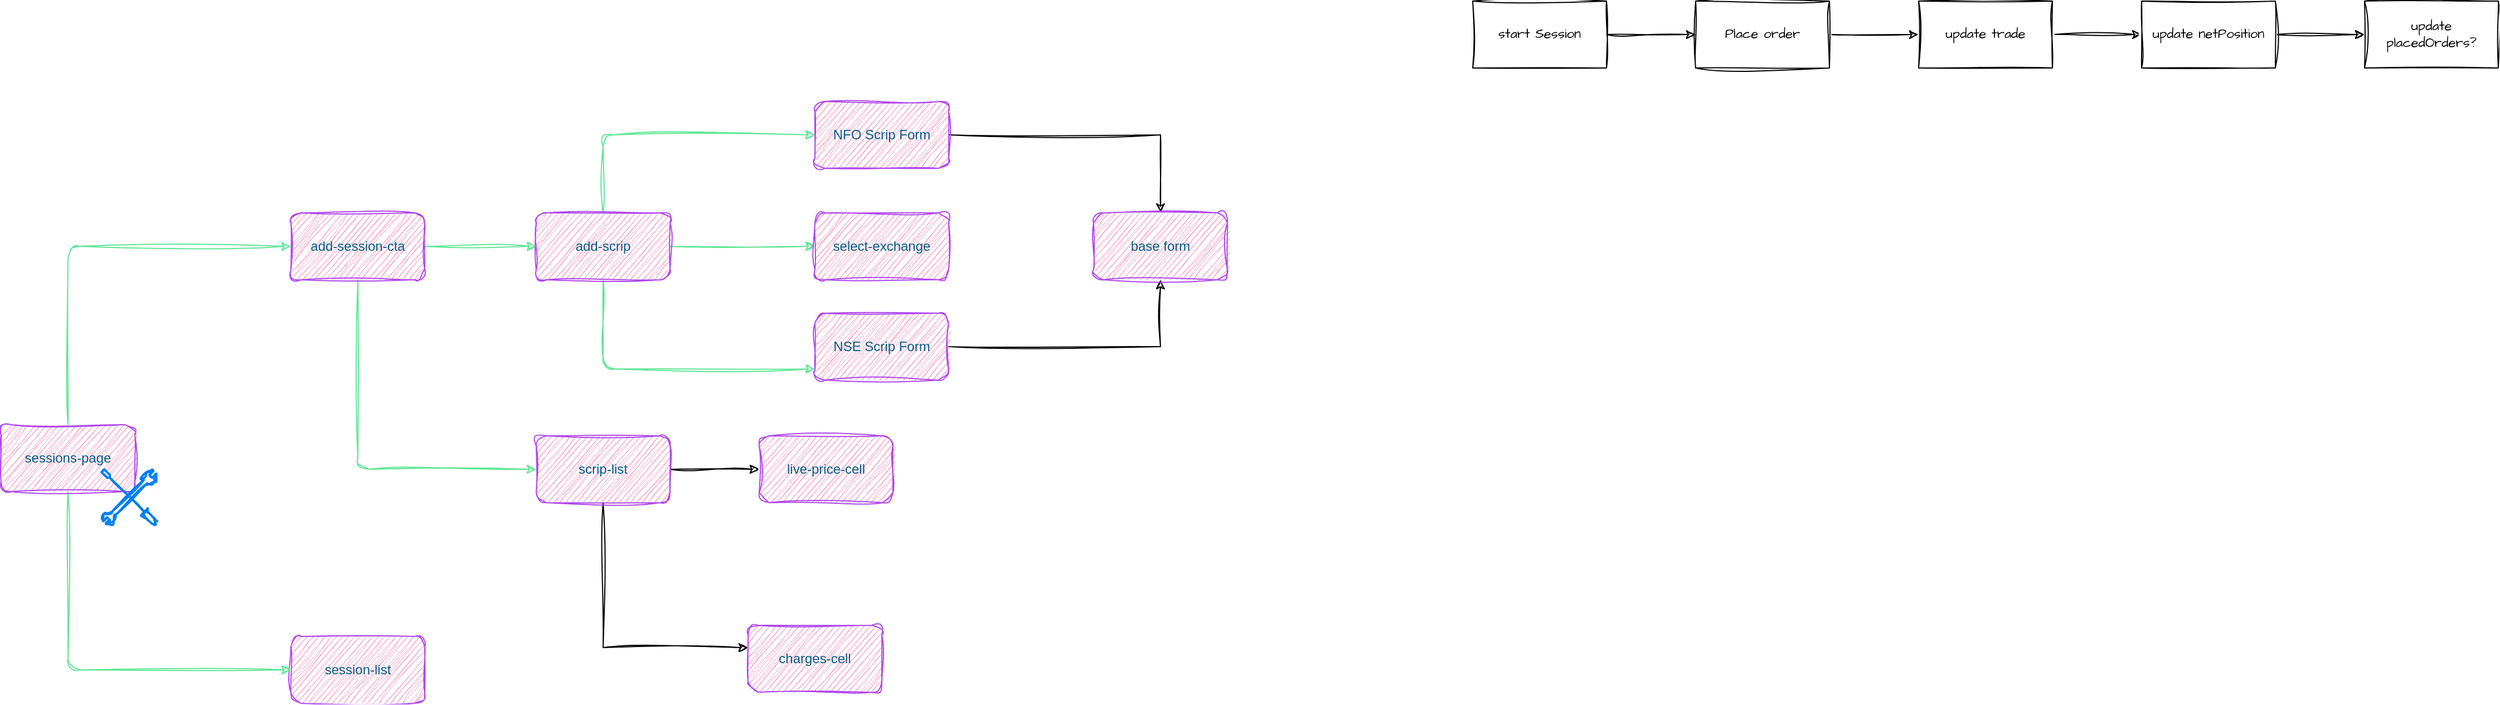
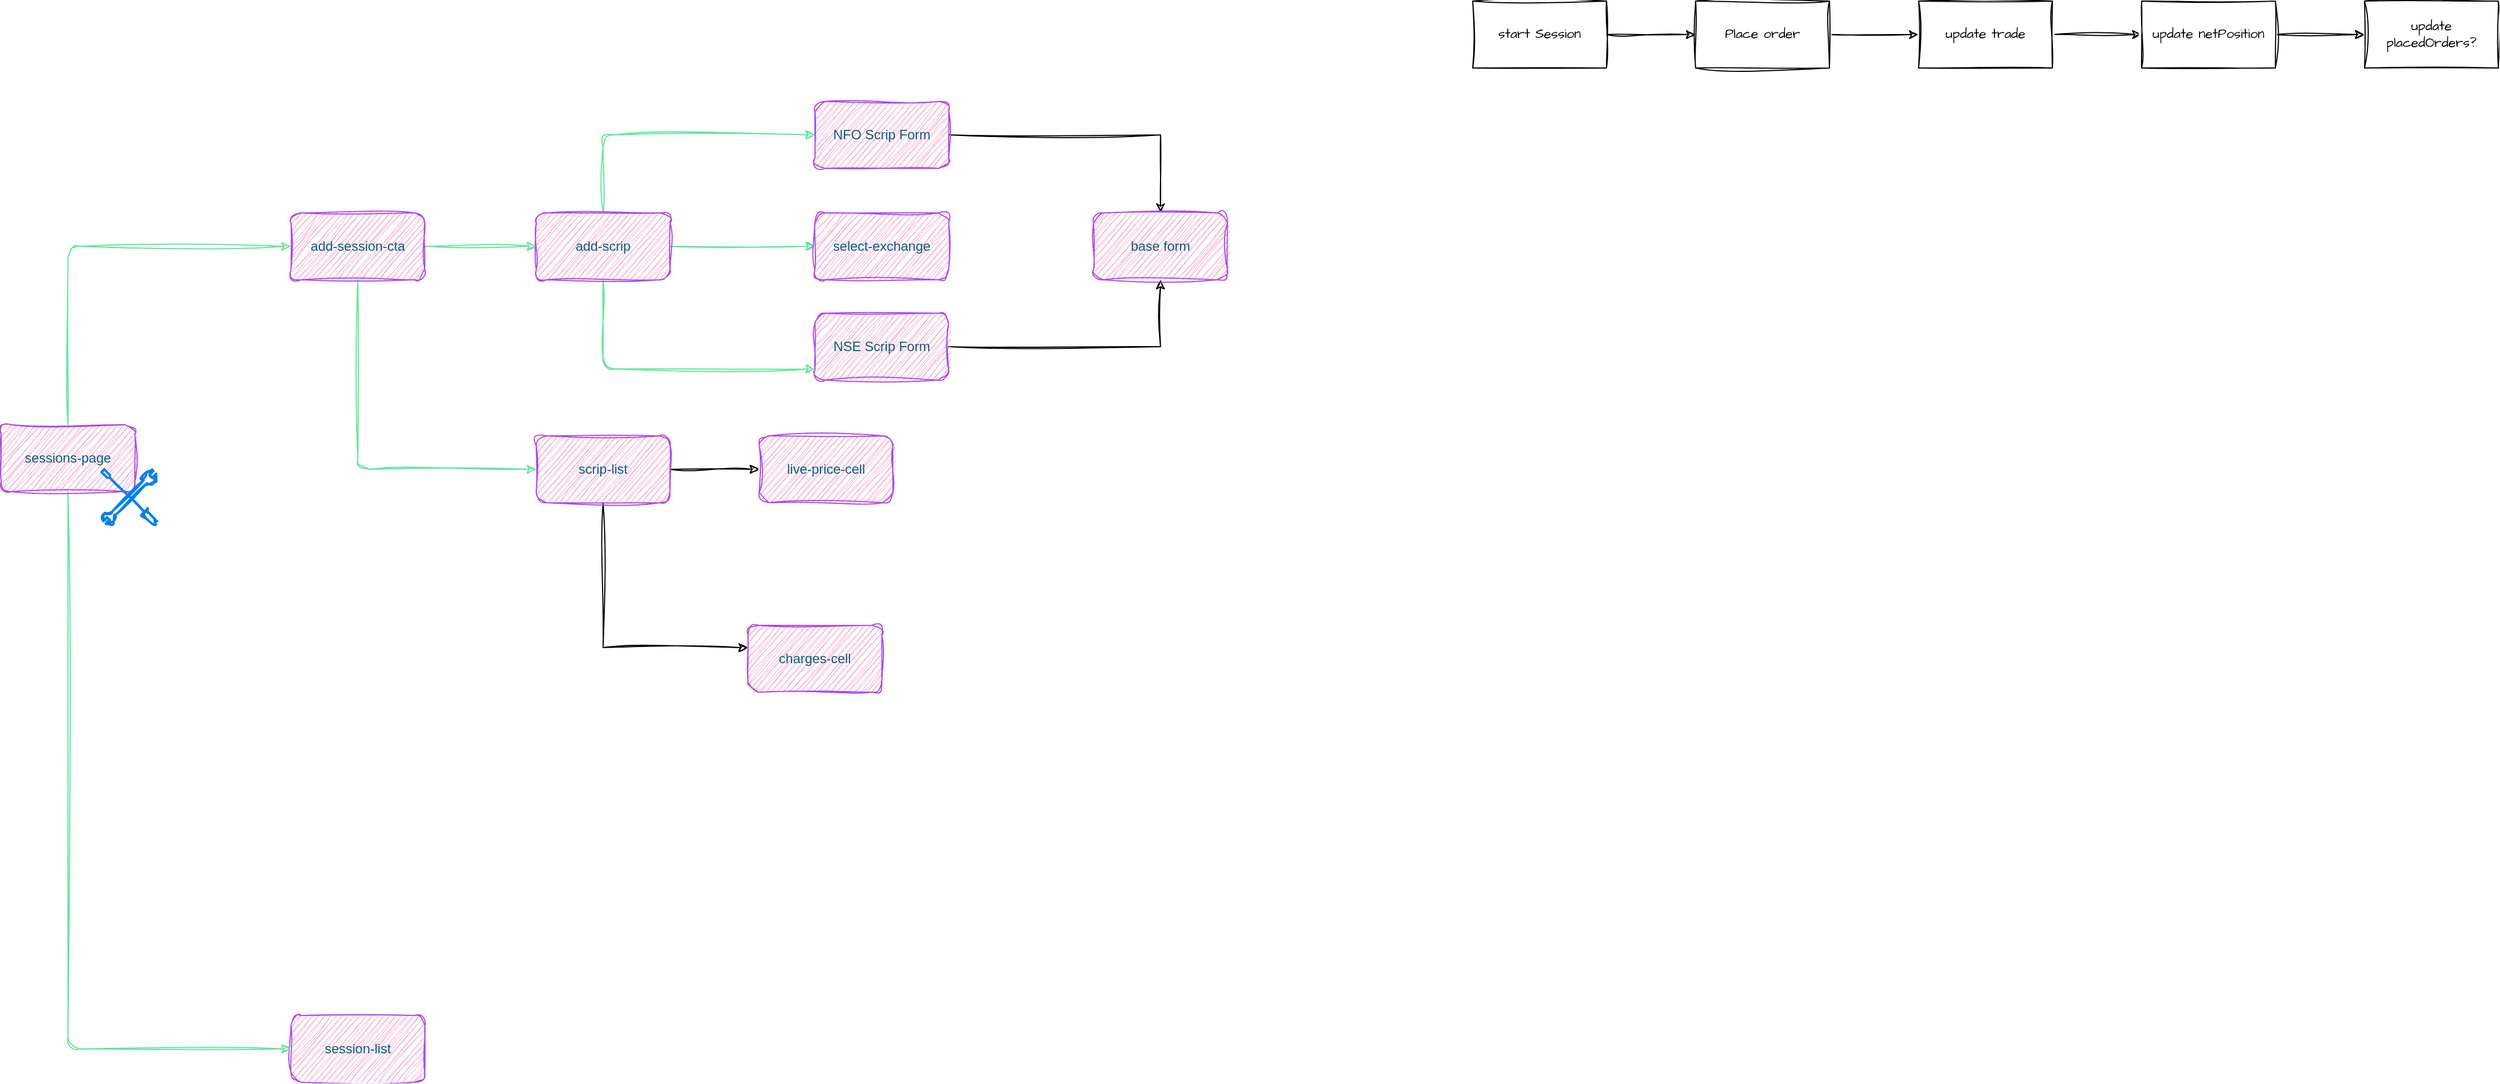
<mxfile host="app.diagrams.net" pages="5">
  <diagram id="wPQbEJP3DVO_ncDqMHqx" name="Sessions Page">
-     <mxGraphModel dx="2793" dy="1443" grid="1" gridSize="10" guides="1" tooltips="1" connect="1" arrows="1" fold="1" page="0" pageScale="1" pageWidth="402" pageHeight="874" math="0" shadow="0">
+     <mxGraphModel dx="2207" dy="1136" grid="1" gridSize="10" guides="1" tooltips="1" connect="1" arrows="1" fold="1" page="0" pageScale="1" pageWidth="402" pageHeight="874" math="0" shadow="0">
      <root>
        <mxCell id="0" />
        <mxCell id="1" parent="0" />
        <mxCell id="DB1AKVm6qyutKQlFYAWD-6" edge="1" parent="1" source="DB1AKVm6qyutKQlFYAWD-1" style="edgeStyle=orthogonalEdgeStyle;rounded=1;orthogonalLoop=1;jettySize=auto;html=1;sketch=1;curveFitting=1;jiggle=2;labelBackgroundColor=none;strokeColor=#60E696;fontColor=default;" target="DB1AKVm6qyutKQlFYAWD-5" value="">
          <mxGeometry relative="1" as="geometry" />
        </mxCell>
        <mxCell id="DB1AKVm6qyutKQlFYAWD-8" edge="1" parent="1" source="DB1AKVm6qyutKQlFYAWD-1" style="edgeStyle=orthogonalEdgeStyle;rounded=1;orthogonalLoop=1;jettySize=auto;html=1;sketch=1;curveFitting=1;jiggle=2;labelBackgroundColor=none;strokeColor=#60E696;fontColor=default;" target="DB1AKVm6qyutKQlFYAWD-7" value="">
          <mxGeometry relative="1" as="geometry">
            <Array as="points">
              <mxPoint x="120" y="270" />
            </Array>
          </mxGeometry>
        </mxCell>
        <mxCell id="DB1AKVm6qyutKQlFYAWD-10" edge="1" parent="1" source="DB1AKVm6qyutKQlFYAWD-1" style="edgeStyle=orthogonalEdgeStyle;rounded=1;orthogonalLoop=1;jettySize=auto;html=1;sketch=1;curveFitting=1;jiggle=2;labelBackgroundColor=none;strokeColor=#60E696;fontColor=default;" target="DB1AKVm6qyutKQlFYAWD-9" value="">
          <mxGeometry relative="1" as="geometry">
            <Array as="points">
              <mxPoint x="120" y="60" />
            </Array>
          </mxGeometry>
        </mxCell>
        <mxCell id="DB1AKVm6qyutKQlFYAWD-1" parent="1" style="rounded=1;whiteSpace=wrap;html=1;sketch=1;curveFitting=1;jiggle=2;labelBackgroundColor=none;fillColor=#F694C1;strokeColor=#AF45ED;fontColor=#095C86;" value="add-scrip" vertex="1">
          <mxGeometry height="60" width="120" x="60" y="130" as="geometry" />
        </mxCell>
        <mxCell id="DB1AKVm6qyutKQlFYAWD-4" edge="1" parent="1" source="DB1AKVm6qyutKQlFYAWD-3" style="edgeStyle=orthogonalEdgeStyle;rounded=1;orthogonalLoop=1;jettySize=auto;html=1;sketch=1;curveFitting=1;jiggle=2;labelBackgroundColor=none;strokeColor=#60E696;fontColor=default;" target="DB1AKVm6qyutKQlFYAWD-1" value="">
          <mxGeometry relative="1" as="geometry" />
        </mxCell>
        <mxCell id="DB1AKVm6qyutKQlFYAWD-12" edge="1" parent="1" source="DB1AKVm6qyutKQlFYAWD-3" style="edgeStyle=orthogonalEdgeStyle;rounded=1;orthogonalLoop=1;jettySize=auto;html=1;sketch=1;curveFitting=1;jiggle=2;labelBackgroundColor=none;strokeColor=#60E696;fontColor=default;" target="DB1AKVm6qyutKQlFYAWD-11" value="">
          <mxGeometry relative="1" as="geometry">
            <Array as="points">
              <mxPoint x="-100" y="360" />
            </Array>
          </mxGeometry>
        </mxCell>
        <mxCell id="DB1AKVm6qyutKQlFYAWD-3" parent="1" style="rounded=1;whiteSpace=wrap;html=1;sketch=1;curveFitting=1;jiggle=2;labelBackgroundColor=none;fillColor=#F694C1;strokeColor=#AF45ED;fontColor=#095C86;" value="add-session-cta" vertex="1">
          <mxGeometry height="60" width="120" x="-160" y="130" as="geometry" />
        </mxCell>
        <mxCell id="DB1AKVm6qyutKQlFYAWD-5" parent="1" style="whiteSpace=wrap;html=1;rounded=1;sketch=1;curveFitting=1;jiggle=2;labelBackgroundColor=none;fillColor=#F694C1;strokeColor=#AF45ED;fontColor=#095C86;" value="select-exchange" vertex="1">
          <mxGeometry height="60" width="120" x="310" y="130" as="geometry" />
        </mxCell>
        <mxCell id="ouMAoqMrmdJ_XqpmxOQB-3" edge="1" parent="1" source="DB1AKVm6qyutKQlFYAWD-7" style="edgeStyle=orthogonalEdgeStyle;rounded=0;sketch=1;hachureGap=4;jiggle=2;curveFitting=1;orthogonalLoop=1;jettySize=auto;html=1;fontFamily=Architects Daughter;fontSource=https%3A%2F%2Ffonts.googleapis.com%2Fcss%3Ffamily%3DArchitects%2BDaughter;" target="ouMAoqMrmdJ_XqpmxOQB-1">
          <mxGeometry relative="1" as="geometry" />
        </mxCell>
        <mxCell id="DB1AKVm6qyutKQlFYAWD-7" parent="1" style="whiteSpace=wrap;html=1;rounded=1;sketch=1;curveFitting=1;jiggle=2;labelBackgroundColor=none;fillColor=#F694C1;strokeColor=#AF45ED;fontColor=#095C86;" value="NSE Scrip Form" vertex="1">
          <mxGeometry height="60" width="120" x="310" y="220" as="geometry" />
        </mxCell>
        <mxCell id="ouMAoqMrmdJ_XqpmxOQB-2" edge="1" parent="1" source="DB1AKVm6qyutKQlFYAWD-9" style="edgeStyle=orthogonalEdgeStyle;rounded=0;sketch=1;hachureGap=4;jiggle=2;curveFitting=1;orthogonalLoop=1;jettySize=auto;html=1;fontFamily=Architects Daughter;fontSource=https%3A%2F%2Ffonts.googleapis.com%2Fcss%3Ffamily%3DArchitects%2BDaughter;" target="ouMAoqMrmdJ_XqpmxOQB-1" value="">
          <mxGeometry relative="1" as="geometry" />
        </mxCell>
        <mxCell id="DB1AKVm6qyutKQlFYAWD-9" parent="1" style="whiteSpace=wrap;html=1;rounded=1;sketch=1;curveFitting=1;jiggle=2;labelBackgroundColor=none;fillColor=#F694C1;strokeColor=#AF45ED;fontColor=#095C86;" value="NFO Scrip Form" vertex="1">
          <mxGeometry height="60" width="120" x="310" y="30" as="geometry" />
        </mxCell>
        <mxCell id="ouMAoqMrmdJ_XqpmxOQB-15" edge="1" parent="1" source="DB1AKVm6qyutKQlFYAWD-11" style="edgeStyle=orthogonalEdgeStyle;rounded=0;sketch=1;hachureGap=4;jiggle=2;curveFitting=1;orthogonalLoop=1;jettySize=auto;html=1;fontFamily=Architects Daughter;fontSource=https%3A%2F%2Ffonts.googleapis.com%2Fcss%3Ffamily%3DArchitects%2BDaughter;" target="ouMAoqMrmdJ_XqpmxOQB-14" value="">
          <mxGeometry relative="1" as="geometry" />
        </mxCell>
        <mxCell id="ouMAoqMrmdJ_XqpmxOQB-17" edge="1" parent="1" source="DB1AKVm6qyutKQlFYAWD-11" style="edgeStyle=orthogonalEdgeStyle;rounded=0;sketch=1;hachureGap=4;jiggle=2;curveFitting=1;orthogonalLoop=1;jettySize=auto;html=1;fontFamily=Architects Daughter;fontSource=https%3A%2F%2Ffonts.googleapis.com%2Fcss%3Ffamily%3DArchitects%2BDaughter;" target="ouMAoqMrmdJ_XqpmxOQB-16" value="">
          <mxGeometry relative="1" as="geometry">
            <Array as="points">
              <mxPoint x="120" y="520" />
            </Array>
          </mxGeometry>
        </mxCell>
        <mxCell id="DB1AKVm6qyutKQlFYAWD-11" parent="1" style="whiteSpace=wrap;html=1;rounded=1;sketch=1;curveFitting=1;jiggle=2;labelBackgroundColor=none;fillColor=#F694C1;strokeColor=#AF45ED;fontColor=#095C86;" value="scrip-list" vertex="1">
          <mxGeometry height="60" width="120" x="60" y="330" as="geometry" />
        </mxCell>
        <mxCell id="DB1AKVm6qyutKQlFYAWD-13" parent="1" style="rounded=1;whiteSpace=wrap;html=1;sketch=1;curveFitting=1;jiggle=2;labelBackgroundColor=none;fillColor=#F694C1;strokeColor=#AF45ED;fontColor=#095C86;" value="session-list" vertex="1">
-           <mxGeometry height="60" width="120" x="-160" y="510" as="geometry" />
+           <mxGeometry height="60" width="120" x="-160" y="850" as="geometry" />
        </mxCell>
        <mxCell id="DB1AKVm6qyutKQlFYAWD-15" edge="1" parent="1" source="DB1AKVm6qyutKQlFYAWD-14" style="edgeStyle=orthogonalEdgeStyle;rounded=1;sketch=1;hachureGap=4;jiggle=2;curveFitting=1;orthogonalLoop=1;jettySize=auto;html=1;entryX=0;entryY=0.5;entryDx=0;entryDy=0;strokeColor=#60E696;fontFamily=Architects Daughter;fontSource=https%3A%2F%2Ffonts.googleapis.com%2Fcss%3Ffamily%3DArchitects%2BDaughter;fontColor=#095C86;fillColor=#F694C1;" target="DB1AKVm6qyutKQlFYAWD-3">
          <mxGeometry relative="1" as="geometry">
            <Array as="points">
              <mxPoint x="-360" y="160" />
            </Array>
          </mxGeometry>
        </mxCell>
        <mxCell id="DB1AKVm6qyutKQlFYAWD-18" edge="1" parent="1" source="DB1AKVm6qyutKQlFYAWD-14" style="edgeStyle=orthogonalEdgeStyle;rounded=1;sketch=1;hachureGap=4;jiggle=2;curveFitting=1;orthogonalLoop=1;jettySize=auto;html=1;entryX=0;entryY=0.5;entryDx=0;entryDy=0;strokeColor=#60E696;fontFamily=Architects Daughter;fontSource=https%3A%2F%2Ffonts.googleapis.com%2Fcss%3Ffamily%3DArchitects%2BDaughter;fontColor=#095C86;fillColor=#F694C1;" target="DB1AKVm6qyutKQlFYAWD-13">
          <mxGeometry relative="1" as="geometry">
            <Array as="points">
-               <mxPoint x="-360" y="540" />
+               <mxPoint x="-360" y="880" />
            </Array>
          </mxGeometry>
        </mxCell>
        <mxCell id="DB1AKVm6qyutKQlFYAWD-14" parent="1" style="rounded=1;whiteSpace=wrap;html=1;sketch=1;curveFitting=1;jiggle=2;labelBackgroundColor=none;fillColor=#F694C1;strokeColor=#AF45ED;fontColor=#095C86;" value="sessions-page" vertex="1">
          <mxGeometry height="60" width="120" x="-420" y="320" as="geometry" />
        </mxCell>
        <mxCell id="ouMAoqMrmdJ_XqpmxOQB-1" parent="1" style="whiteSpace=wrap;html=1;fillColor=#F694C1;strokeColor=#AF45ED;fontColor=#095C86;rounded=1;sketch=1;curveFitting=1;jiggle=2;labelBackgroundColor=none;" value="base form" vertex="1">
          <mxGeometry height="60" width="120" x="560" y="130" as="geometry" />
        </mxCell>
        <mxCell id="ouMAoqMrmdJ_XqpmxOQB-6" edge="1" parent="1" source="ouMAoqMrmdJ_XqpmxOQB-4" style="edgeStyle=orthogonalEdgeStyle;rounded=0;sketch=1;hachureGap=4;jiggle=2;curveFitting=1;orthogonalLoop=1;jettySize=auto;html=1;fontFamily=Architects Daughter;fontSource=https%3A%2F%2Ffonts.googleapis.com%2Fcss%3Ffamily%3DArchitects%2BDaughter;" target="ouMAoqMrmdJ_XqpmxOQB-5" value="">
          <mxGeometry relative="1" as="geometry" />
        </mxCell>
        <mxCell id="ouMAoqMrmdJ_XqpmxOQB-4" parent="1" style="whiteSpace=wrap;html=1;sketch=1;hachureGap=4;jiggle=2;curveFitting=1;fontFamily=Architects Daughter;fontSource=https%3A%2F%2Ffonts.googleapis.com%2Fcss%3Ffamily%3DArchitects%2BDaughter;" value="start Session" vertex="1">
          <mxGeometry height="60" width="120" x="900" y="-60" as="geometry" />
        </mxCell>
        <mxCell id="ouMAoqMrmdJ_XqpmxOQB-8" edge="1" parent="1" source="ouMAoqMrmdJ_XqpmxOQB-5" style="edgeStyle=orthogonalEdgeStyle;rounded=0;sketch=1;hachureGap=4;jiggle=2;curveFitting=1;orthogonalLoop=1;jettySize=auto;html=1;fontFamily=Architects Daughter;fontSource=https%3A%2F%2Ffonts.googleapis.com%2Fcss%3Ffamily%3DArchitects%2BDaughter;" target="ouMAoqMrmdJ_XqpmxOQB-7" value="">
          <mxGeometry relative="1" as="geometry" />
        </mxCell>
        <mxCell id="ouMAoqMrmdJ_XqpmxOQB-5" parent="1" style="whiteSpace=wrap;html=1;fontFamily=Architects Daughter;sketch=1;hachureGap=4;jiggle=2;curveFitting=1;fontSource=https%3A%2F%2Ffonts.googleapis.com%2Fcss%3Ffamily%3DArchitects%2BDaughter;" value="Place order" vertex="1">
          <mxGeometry height="60" width="120" x="1100" y="-60" as="geometry" />
        </mxCell>
        <mxCell id="ouMAoqMrmdJ_XqpmxOQB-10" edge="1" parent="1" source="ouMAoqMrmdJ_XqpmxOQB-7" style="edgeStyle=orthogonalEdgeStyle;rounded=0;sketch=1;hachureGap=4;jiggle=2;curveFitting=1;orthogonalLoop=1;jettySize=auto;html=1;fontFamily=Architects Daughter;fontSource=https%3A%2F%2Ffonts.googleapis.com%2Fcss%3Ffamily%3DArchitects%2BDaughter;" target="ouMAoqMrmdJ_XqpmxOQB-9" value="">
          <mxGeometry relative="1" as="geometry" />
        </mxCell>
        <mxCell id="ouMAoqMrmdJ_XqpmxOQB-7" parent="1" style="whiteSpace=wrap;html=1;fontFamily=Architects Daughter;sketch=1;hachureGap=4;jiggle=2;curveFitting=1;fontSource=https%3A%2F%2Ffonts.googleapis.com%2Fcss%3Ffamily%3DArchitects%2BDaughter;" value="update trade" vertex="1">
          <mxGeometry height="60" width="120" x="1300" y="-60" as="geometry" />
        </mxCell>
        <mxCell id="ouMAoqMrmdJ_XqpmxOQB-12" edge="1" parent="1" source="ouMAoqMrmdJ_XqpmxOQB-9" style="edgeStyle=orthogonalEdgeStyle;rounded=0;sketch=1;hachureGap=4;jiggle=2;curveFitting=1;orthogonalLoop=1;jettySize=auto;html=1;fontFamily=Architects Daughter;fontSource=https%3A%2F%2Ffonts.googleapis.com%2Fcss%3Ffamily%3DArchitects%2BDaughter;" target="ouMAoqMrmdJ_XqpmxOQB-11" value="">
          <mxGeometry relative="1" as="geometry" />
        </mxCell>
        <mxCell id="ouMAoqMrmdJ_XqpmxOQB-9" parent="1" style="whiteSpace=wrap;html=1;fontFamily=Architects Daughter;sketch=1;hachureGap=4;jiggle=2;curveFitting=1;fontSource=https%3A%2F%2Ffonts.googleapis.com%2Fcss%3Ffamily%3DArchitects%2BDaughter;" value="update netPosition" vertex="1">
          <mxGeometry height="60" width="120" x="1500" y="-60" as="geometry" />
        </mxCell>
        <mxCell id="ouMAoqMrmdJ_XqpmxOQB-11" parent="1" style="whiteSpace=wrap;html=1;fontFamily=Architects Daughter;sketch=1;hachureGap=4;jiggle=2;curveFitting=1;fontSource=https%3A%2F%2Ffonts.googleapis.com%2Fcss%3Ffamily%3DArchitects%2BDaughter;" value="update placedOrders?" vertex="1">
          <mxGeometry height="60" width="120" x="1700" y="-60" as="geometry" />
        </mxCell>
        <mxCell id="ouMAoqMrmdJ_XqpmxOQB-13" parent="1" style="html=1;verticalLabelPosition=bottom;align=center;labelBackgroundColor=#ffffff;verticalAlign=top;strokeWidth=2;strokeColor=#0080F0;shadow=0;dashed=0;shape=mxgraph.ios7.icons.tools;pointerEvents=1;sketch=1;hachureGap=4;jiggle=2;curveFitting=1;fontFamily=Architects Daughter;fontSource=https%3A%2F%2Ffonts.googleapis.com%2Fcss%3Ffamily%3DArchitects%2BDaughter;" value="" vertex="1">
          <mxGeometry height="50" width="50" x="-330" y="360" as="geometry" />
        </mxCell>
        <mxCell id="ouMAoqMrmdJ_XqpmxOQB-14" parent="1" style="whiteSpace=wrap;html=1;fillColor=#F694C1;strokeColor=#AF45ED;fontColor=#095C86;rounded=1;sketch=1;curveFitting=1;jiggle=2;labelBackgroundColor=none;" value="live-price-cell" vertex="1">
          <mxGeometry height="60" width="120" x="260" y="330" as="geometry" />
        </mxCell>
        <mxCell id="ouMAoqMrmdJ_XqpmxOQB-16" parent="1" style="whiteSpace=wrap;html=1;fillColor=#F694C1;strokeColor=#AF45ED;fontColor=#095C86;rounded=1;sketch=1;curveFitting=1;jiggle=2;labelBackgroundColor=none;" value="charges-cell" vertex="1">
          <mxGeometry height="60" width="120" x="250" y="500" as="geometry" />
        </mxCell>
      </root>
    </mxGraphModel>
  </diagram>
  <diagram id="YVkBlKKJ4RNEtawBKbZk" name="Session">
    <mxGraphModel dx="1357" dy="626" grid="1" gridSize="10" guides="1" tooltips="1" connect="1" arrows="1" fold="1" page="0" pageScale="1" pageWidth="402" pageHeight="874" math="0" shadow="0">
      <root>
        <mxCell id="0" />
        <mxCell id="1" parent="0" />
        <mxCell id="b8iQl_XISdQ6rZ6kNcMQ-3" edge="1" parent="1" source="b8iQl_XISdQ6rZ6kNcMQ-1" style="edgeStyle=orthogonalEdgeStyle;rounded=0;orthogonalLoop=1;jettySize=auto;html=1;" target="b8iQl_XISdQ6rZ6kNcMQ-2" value="">
          <mxGeometry relative="1" as="geometry" />
        </mxCell>
        <mxCell id="b8iQl_XISdQ6rZ6kNcMQ-1" parent="1" style="rounded=1;whiteSpace=wrap;html=1;" value="start session" vertex="1">
          <mxGeometry height="60" width="120" x="-200" y="80" as="geometry" />
        </mxCell>
        <mxCell id="b8iQl_XISdQ6rZ6kNcMQ-5" edge="1" parent="1" source="b8iQl_XISdQ6rZ6kNcMQ-2" style="edgeStyle=orthogonalEdgeStyle;rounded=0;orthogonalLoop=1;jettySize=auto;html=1;" target="b8iQl_XISdQ6rZ6kNcMQ-4" value="">
          <mxGeometry relative="1" as="geometry" />
        </mxCell>
        <mxCell id="b8iQl_XISdQ6rZ6kNcMQ-2" parent="1" style="whiteSpace=wrap;html=1;rounded=1;" value="place orders&amp;nbsp;&lt;br&gt;(all or none)" vertex="1">
          <mxGeometry height="60" width="120" y="80" as="geometry" />
        </mxCell>
        <mxCell id="b8iQl_XISdQ6rZ6kNcMQ-7" edge="1" parent="1" source="b8iQl_XISdQ6rZ6kNcMQ-4" style="edgeStyle=orthogonalEdgeStyle;rounded=0;orthogonalLoop=1;jettySize=auto;html=1;" target="b8iQl_XISdQ6rZ6kNcMQ-6" value="">
          <mxGeometry relative="1" as="geometry" />
        </mxCell>
        <mxCell id="b8iQl_XISdQ6rZ6kNcMQ-4" parent="1" style="whiteSpace=wrap;html=1;rounded=1;" value="update margins" vertex="1">
          <mxGeometry height="60" width="120" x="200" y="80" as="geometry" />
        </mxCell>
        <mxCell id="b8iQl_XISdQ6rZ6kNcMQ-6" parent="1" style="whiteSpace=wrap;html=1;rounded=1;" value="create session" vertex="1">
          <mxGeometry height="60" width="120" x="200" y="200" as="geometry" />
        </mxCell>
        <mxCell id="b8iQl_XISdQ6rZ6kNcMQ-8" parent="1" style="rounded=1;whiteSpace=wrap;html=1;fillColor=#fff2cc;strokeColor=#d6b656;" value="firebase" vertex="1">
          <mxGeometry height="40" width="80" x="300" y="190" as="geometry" />
        </mxCell>
        <mxCell id="b8iQl_XISdQ6rZ6kNcMQ-9" parent="1" style="rounded=1;whiteSpace=wrap;html=1;fillColor=#fff2cc;strokeColor=#d6b656;" value="kite" vertex="1">
          <mxGeometry height="40" width="80" x="80" y="50" as="geometry" />
        </mxCell>
        <mxCell id="b8iQl_XISdQ6rZ6kNcMQ-10" parent="1" style="rounded=1;whiteSpace=wrap;html=1;fillColor=#fff2cc;strokeColor=#d6b656;" value="firebase" vertex="1">
          <mxGeometry height="40" width="80" x="290" y="60" as="geometry" />
        </mxCell>
      </root>
    </mxGraphModel>
  </diagram>
  <diagram id="4KjMPYYtLXdBkkJX1B08" name="Auth">
    <mxGraphModel dx="1276" dy="835" grid="0" gridSize="10" guides="1" tooltips="1" connect="1" arrows="1" fold="1" page="0" pageScale="1" pageWidth="402" pageHeight="874" math="0" shadow="0">
      <root>
        <mxCell id="0" />
        <mxCell id="1" parent="0" />
        <mxCell id="pPH6oVQiPgVcm9OUePWL-3" edge="1" parent="1" source="pPH6oVQiPgVcm9OUePWL-1" style="edgeStyle=orthogonalEdgeStyle;rounded=0;orthogonalLoop=1;jettySize=auto;html=1;" target="pPH6oVQiPgVcm9OUePWL-2" value="">
          <mxGeometry relative="1" as="geometry" />
        </mxCell>
        <mxCell id="pPH6oVQiPgVcm9OUePWL-1" parent="1" style="rounded=1;whiteSpace=wrap;html=1;" value="User clicks &quot;Login&quot; Button" vertex="1">
          <mxGeometry height="60" width="120" x="23" y="101" as="geometry" />
        </mxCell>
        <mxCell id="pPH6oVQiPgVcm9OUePWL-5" edge="1" parent="1" source="pPH6oVQiPgVcm9OUePWL-2" style="edgeStyle=orthogonalEdgeStyle;rounded=0;orthogonalLoop=1;jettySize=auto;html=1;" target="pPH6oVQiPgVcm9OUePWL-4" value="">
          <mxGeometry relative="1" as="geometry" />
        </mxCell>
        <mxCell id="pPH6oVQiPgVcm9OUePWL-2" parent="1" style="whiteSpace=wrap;html=1;rounded=1;" value="Open the Login URL" vertex="1">
          <mxGeometry height="60" width="120" x="223" y="101" as="geometry" />
        </mxCell>
        <mxCell id="pPH6oVQiPgVcm9OUePWL-7" edge="1" parent="1" source="pPH6oVQiPgVcm9OUePWL-4" style="edgeStyle=orthogonalEdgeStyle;rounded=0;orthogonalLoop=1;jettySize=auto;html=1;" target="pPH6oVQiPgVcm9OUePWL-6" value="">
          <mxGeometry relative="1" as="geometry" />
        </mxCell>
        <mxCell id="pPH6oVQiPgVcm9OUePWL-4" parent="1" style="whiteSpace=wrap;html=1;rounded=1;" value="User logins to Zerodha" vertex="1">
          <mxGeometry height="60" width="120" x="423" y="101" as="geometry" />
        </mxCell>
        <mxCell id="pPH6oVQiPgVcm9OUePWL-9" edge="1" parent="1" source="pPH6oVQiPgVcm9OUePWL-6" style="edgeStyle=orthogonalEdgeStyle;rounded=0;orthogonalLoop=1;jettySize=auto;html=1;" target="pPH6oVQiPgVcm9OUePWL-8" value="">
          <mxGeometry relative="1" as="geometry" />
        </mxCell>
        <mxCell id="pPH6oVQiPgVcm9OUePWL-6" parent="1" style="whiteSpace=wrap;html=1;rounded=1;" value="Redirected to callback URL with request_token&lt;br&gt;&lt;b&gt;http://localhost:3000/api/auth/kite/callback&lt;/b&gt;" vertex="1">
          <mxGeometry height="60" width="262" x="352" y="244" as="geometry" />
        </mxCell>
        <mxCell id="pPH6oVQiPgVcm9OUePWL-13" edge="1" parent="1" source="pPH6oVQiPgVcm9OUePWL-8" style="edgeStyle=orthogonalEdgeStyle;rounded=0;orthogonalLoop=1;jettySize=auto;html=1;" target="pPH6oVQiPgVcm9OUePWL-12" value="">
          <mxGeometry relative="1" as="geometry" />
        </mxCell>
        <mxCell id="pPH6oVQiPgVcm9OUePWL-8" parent="1" style="whiteSpace=wrap;html=1;rounded=1;" value="In loader for this route, generate the session" vertex="1">
          <mxGeometry height="60" width="120" x="17" y="244" as="geometry" />
        </mxCell>
        <mxCell id="pPH6oVQiPgVcm9OUePWL-15" edge="1" parent="1" source="pPH6oVQiPgVcm9OUePWL-12" style="edgeStyle=orthogonalEdgeStyle;rounded=0;orthogonalLoop=1;jettySize=auto;html=1;" target="pPH6oVQiPgVcm9OUePWL-14" value="">
          <mxGeometry relative="1" as="geometry" />
        </mxCell>
        <mxCell id="pPH6oVQiPgVcm9OUePWL-12" parent="1" style="whiteSpace=wrap;html=1;rounded=1;" value="Serialize and save the access token in cookie" vertex="1">
          <mxGeometry height="60" width="120" x="17" y="384" as="geometry" />
        </mxCell>
        <mxCell id="pPH6oVQiPgVcm9OUePWL-17" edge="1" parent="1" source="pPH6oVQiPgVcm9OUePWL-14" style="edgeStyle=orthogonalEdgeStyle;rounded=0;orthogonalLoop=1;jettySize=auto;html=1;" target="pPH6oVQiPgVcm9OUePWL-16" value="">
          <mxGeometry relative="1" as="geometry" />
        </mxCell>
        <mxCell id="pPH6oVQiPgVcm9OUePWL-14" parent="1" style="whiteSpace=wrap;html=1;rounded=1;" value="redirect to /dashboard" vertex="1">
          <mxGeometry height="60" width="120" x="217" y="384" as="geometry" />
        </mxCell>
        <mxCell id="pPH6oVQiPgVcm9OUePWL-19" edge="1" parent="1" source="pPH6oVQiPgVcm9OUePWL-16" style="edgeStyle=orthogonalEdgeStyle;rounded=0;orthogonalLoop=1;jettySize=auto;html=1;" target="pPH6oVQiPgVcm9OUePWL-18" value="">
          <mxGeometry relative="1" as="geometry" />
        </mxCell>
        <mxCell id="pPH6oVQiPgVcm9OUePWL-16" parent="1" style="whiteSpace=wrap;html=1;rounded=1;" value="in dashboard loader, get the access token from the cookie and send it to client" vertex="1">
          <mxGeometry height="60" width="120" x="417" y="384" as="geometry" />
        </mxCell>
        <mxCell id="pPH6oVQiPgVcm9OUePWL-21" edge="1" parent="1" source="pPH6oVQiPgVcm9OUePWL-18" style="edgeStyle=orthogonalEdgeStyle;rounded=0;orthogonalLoop=1;jettySize=auto;html=1;" target="pPH6oVQiPgVcm9OUePWL-20" value="">
          <mxGeometry relative="1" as="geometry" />
        </mxCell>
        <mxCell id="pPH6oVQiPgVcm9OUePWL-18" parent="1" style="whiteSpace=wrap;html=1;rounded=1;" value="front-end creates the kc client with api_key and access_token.&amp;nbsp;&amp;nbsp;" vertex="1">
          <mxGeometry height="60" width="120" x="617" y="384" as="geometry" />
        </mxCell>
        <mxCell id="pPH6oVQiPgVcm9OUePWL-20" parent="1" style="whiteSpace=wrap;html=1;rounded=1;" value="use kc client for calling Kite APIs" vertex="1">
          <mxGeometry height="60" width="120" x="617" y="524" as="geometry" />
        </mxCell>
      </root>
    </mxGraphModel>
  </diagram>
  <diagram name="UI/UX" id="5MV4RERJIjpIYta4IkZD">
    <mxGraphModel dx="3134" dy="2189" grid="0" gridSize="10" guides="1" tooltips="1" connect="1" arrows="1" fold="1" page="0" pageScale="1" pageWidth="402" pageHeight="874" background="#ffffff" math="0" shadow="0">
      <root>
        <mxCell id="0" />
        <mxCell id="1" parent="0" />
        <mxCell id="ExlUUjPYo0Ii6ma58Pc_-14" parent="1" style="rounded=1;whiteSpace=wrap;html=1;" value="" vertex="1">
          <mxGeometry height="321" width="1097" x="-296" y="-20" as="geometry" />
        </mxCell>
        <mxCell id="ExlUUjPYo0Ii6ma58Pc_-13" parent="1" style="rounded=1;whiteSpace=wrap;html=1;" value="" vertex="1">
          <mxGeometry height="321" width="1097" x="-287" y="732" as="geometry" />
        </mxCell>
        <mxCell id="iMmVTYed4h1aN_pzg3ix-1" parent="1" style="text;html=1;whiteSpace=wrap;strokeColor=none;fillColor=none;align=center;verticalAlign=middle;rounded=0;fontStyle=1;fontSize=48;fontColor=light-dark(#7a7978, #ededed);" value="Net Qty." vertex="1">
          <mxGeometry height="59" width="60" x="-120" y="72" as="geometry" />
        </mxCell>
        <mxCell id="iMmVTYed4h1aN_pzg3ix-2" parent="1" style="text;html=1;whiteSpace=wrap;strokeColor=none;fillColor=none;align=center;verticalAlign=middle;rounded=0;fontStyle=1;fontSize=48;fontColor=light-dark(#7a7978, #ededed);" value="AVG. PRICE" vertex="1">
          <mxGeometry height="59" width="60" x="149" y="61" as="geometry" />
        </mxCell>
        <mxCell id="iMmVTYed4h1aN_pzg3ix-3" parent="1" style="text;html=1;whiteSpace=wrap;strokeColor=none;fillColor=none;align=center;verticalAlign=middle;rounded=0;fontStyle=1;fontSize=48;fontColor=light-dark(#7a7978, #ededed);" value="LTP" vertex="1">
          <mxGeometry height="59" width="60" x="418" y="61" as="geometry" />
        </mxCell>
        <mxCell id="iMmVTYed4h1aN_pzg3ix-4" parent="1" style="text;html=1;whiteSpace=wrap;strokeColor=none;fillColor=none;align=center;verticalAlign=middle;rounded=0;fontStyle=1;fontSize=48;fontColor=light-dark(#7a7978, #ededed);" value="PnL" vertex="1">
          <mxGeometry height="59" width="60" x="687" y="61" as="geometry" />
        </mxCell>
        <mxCell id="iMmVTYed4h1aN_pzg3ix-5" parent="1" style="text;html=1;whiteSpace=wrap;strokeColor=none;fillColor=none;align=center;verticalAlign=middle;rounded=0;fontSize=36;fontStyle=1" value="100" vertex="1">
          <mxGeometry height="30" width="60" x="-120" y="211" as="geometry" />
        </mxCell>
        <mxCell id="iMmVTYed4h1aN_pzg3ix-6" parent="1" style="text;html=1;whiteSpace=wrap;strokeColor=none;fillColor=none;align=center;verticalAlign=middle;rounded=0;fontSize=36;fontStyle=1" value="36.40" vertex="1">
          <mxGeometry height="30" width="60" x="149" y="211" as="geometry" />
        </mxCell>
        <mxCell id="iMmVTYed4h1aN_pzg3ix-7" parent="1" style="text;html=1;whiteSpace=wrap;strokeColor=none;fillColor=none;align=center;verticalAlign=middle;rounded=0;fontSize=36;fontStyle=1" value="37.45" vertex="1">
          <mxGeometry height="30" width="60" x="418" y="211" as="geometry" />
        </mxCell>
        <mxCell id="iMmVTYed4h1aN_pzg3ix-8" parent="1" style="text;html=1;whiteSpace=wrap;strokeColor=none;fillColor=none;align=center;verticalAlign=middle;rounded=0;fontSize=36;fontStyle=1" value="100" vertex="1">
          <mxGeometry height="30" width="60" x="687" y="211" as="geometry" />
        </mxCell>
        <mxCell id="7si3vGMUa6yKKs87A3T9-2" edge="1" parent="1" source="7si3vGMUa6yKKs87A3T9-1" style="edgeStyle=orthogonalEdgeStyle;rounded=0;orthogonalLoop=1;jettySize=auto;html=1;exitX=0.5;exitY=0;exitDx=0;exitDy=0;entryX=0;entryY=0.5;entryDx=0;entryDy=0;" target="iMmVTYed4h1aN_pzg3ix-5">
          <mxGeometry relative="1" as="geometry">
            <Array as="points">
              <mxPoint x="-283" y="227" />
              <mxPoint x="-139" y="227" />
            </Array>
            <mxPoint x="-139.09090909090924" y="259.27272727272725" as="targetPoint" />
          </mxGeometry>
        </mxCell>
        <mxCell id="7si3vGMUa6yKKs87A3T9-1" parent="1" style="text;html=1;whiteSpace=wrap;strokeColor=none;fillColor=none;align=center;verticalAlign=middle;rounded=0;fontStyle=1" value="Red color if negative, blue color if positive" vertex="1">
          <mxGeometry height="70" width="129" x="-347" y="453" as="geometry" />
        </mxCell>
        <mxCell id="7si3vGMUa6yKKs87A3T9-4" edge="1" parent="1" source="7si3vGMUa6yKKs87A3T9-3" style="edgeStyle=orthogonalEdgeStyle;rounded=0;orthogonalLoop=1;jettySize=auto;html=1;entryX=0.5;entryY=1;entryDx=0;entryDy=0;" target="iMmVTYed4h1aN_pzg3ix-8">
          <mxGeometry relative="1" as="geometry" />
        </mxCell>
        <mxCell id="7si3vGMUa6yKKs87A3T9-3" parent="1" style="text;html=1;whiteSpace=wrap;strokeColor=none;fillColor=none;align=center;verticalAlign=middle;rounded=0;fontStyle=1" value="Red color if negative, blue color if positive" vertex="1">
          <mxGeometry height="70" width="129" x="681" y="398" as="geometry" />
        </mxCell>
        <mxCell id="7si3vGMUa6yKKs87A3T9-5" parent="1" style="text;html=1;whiteSpace=wrap;strokeColor=none;fillColor=none;align=center;verticalAlign=middle;rounded=0;" value="Will receive the following props:&lt;br&gt;netQuantity: number;&lt;br&gt;&lt;div&gt;averagePrice: number&lt;/div&gt;&lt;div&gt;ltp: number;&lt;/div&gt;" vertex="1">
          <mxGeometry height="101" width="203" x="-25" y="355" as="geometry" />
        </mxCell>
        <mxCell id="7si3vGMUa6yKKs87A3T9-6" parent="1" style="text;html=1;whiteSpace=wrap;strokeColor=none;fillColor=none;align=center;verticalAlign=middle;rounded=0;" value="PnL needs to be calculated by the component" vertex="1">
          <mxGeometry height="101" width="203" x="-21" y="482" as="geometry" />
        </mxCell>
        <mxCell id="7si3vGMUa6yKKs87A3T9-7" parent="1" style="text;html=1;whiteSpace=wrap;strokeColor=none;fillColor=none;align=center;verticalAlign=middle;rounded=0;fontStyle=1;fontSize=48;fontColor=light-dark(#7a7978, #ededed);" value="Net Qty." vertex="1">
          <mxGeometry height="59" width="60" x="-186" y="816" as="geometry" />
        </mxCell>
        <mxCell id="7si3vGMUa6yKKs87A3T9-8" parent="1" style="text;html=1;whiteSpace=wrap;strokeColor=none;fillColor=none;align=center;verticalAlign=middle;rounded=0;fontStyle=1;fontSize=48;fontColor=light-dark(#7a7978, #ededed);" value="AVG. PRICE" vertex="1">
          <mxGeometry height="59" width="60" x="83" y="805" as="geometry" />
        </mxCell>
        <mxCell id="7si3vGMUa6yKKs87A3T9-9" parent="1" style="text;html=1;whiteSpace=wrap;strokeColor=none;fillColor=none;align=center;verticalAlign=middle;rounded=0;fontStyle=1;fontSize=48;fontColor=light-dark(#7a7978, #ededed);" value="LTP" vertex="1">
          <mxGeometry height="59" width="60" x="352" y="805" as="geometry" />
        </mxCell>
        <mxCell id="7si3vGMUa6yKKs87A3T9-10" parent="1" style="text;html=1;whiteSpace=wrap;strokeColor=none;fillColor=none;align=center;verticalAlign=middle;rounded=0;fontStyle=1;fontSize=48;fontColor=light-dark(#7a7978, #ededed);" value="PnL" vertex="1">
          <mxGeometry height="59" width="60" x="621" y="805" as="geometry" />
        </mxCell>
        <mxCell id="7si3vGMUa6yKKs87A3T9-11" parent="1" style="text;html=1;whiteSpace=wrap;strokeColor=none;fillColor=none;align=center;verticalAlign=middle;rounded=0;fontSize=18;fontStyle=1" value="{props.netQuantity}" vertex="1">
          <mxGeometry height="30" width="60" x="-186" y="955" as="geometry" />
        </mxCell>
        <mxCell id="7si3vGMUa6yKKs87A3T9-12" parent="1" style="text;html=1;whiteSpace=wrap;strokeColor=none;fillColor=none;align=center;verticalAlign=middle;rounded=0;fontSize=18;fontStyle=1" value="&lt;div&gt;{props.averagePrice}&lt;/div&gt;" vertex="1">
          <mxGeometry height="30" width="60" x="83" y="955" as="geometry" />
        </mxCell>
        <mxCell id="7si3vGMUa6yKKs87A3T9-13" parent="1" style="text;html=1;whiteSpace=wrap;strokeColor=none;fillColor=none;align=center;verticalAlign=middle;rounded=0;fontSize=18;fontStyle=1" value="{props.ltp}" vertex="1">
          <mxGeometry height="30" width="60" x="352" y="955" as="geometry" />
        </mxCell>
        <mxCell id="7si3vGMUa6yKKs87A3T9-14" parent="1" style="text;html=1;whiteSpace=wrap;strokeColor=none;fillColor=none;align=center;verticalAlign=middle;rounded=0;fontSize=18;fontStyle=1" value="{pnl}" vertex="1">
          <mxGeometry height="30" width="60" x="621" y="955" as="geometry" />
        </mxCell>
        <mxCell id="ExlUUjPYo0Ii6ma58Pc_-1" parent="1" style="rounded=1;whiteSpace=wrap;html=1;" value="" vertex="1">
          <mxGeometry height="321" width="1253" x="-202" y="1234" as="geometry" />
        </mxCell>
        <mxCell id="ExlUUjPYo0Ii6ma58Pc_-2" parent="1" style="text;html=1;whiteSpace=wrap;strokeColor=none;fillColor=none;align=center;verticalAlign=middle;rounded=0;fontStyle=1;fontSize=48;fontColor=light-dark(#7a7978, #ededed);" value="Total Margin" vertex="1">
          <mxGeometry height="59" width="168" x="-154" y="1292" as="geometry" />
        </mxCell>
        <mxCell id="ExlUUjPYo0Ii6ma58Pc_-3" parent="1" style="text;html=1;whiteSpace=wrap;strokeColor=none;fillColor=none;align=center;verticalAlign=middle;rounded=0;fontStyle=1;fontSize=48;fontColor=light-dark(#7a7978, #ededed);" value="Utilized Margin" vertex="1">
          <mxGeometry height="59" width="168" x="330" y="1295" as="geometry" />
        </mxCell>
        <mxCell id="ExlUUjPYo0Ii6ma58Pc_-4" parent="1" style="text;html=1;whiteSpace=wrap;strokeColor=none;fillColor=none;align=center;verticalAlign=middle;rounded=0;fontStyle=1;fontSize=48;fontColor=light-dark(#7a7978, #ededed);" value="Net Margin" vertex="1">
          <mxGeometry height="59" width="168" x="813" y="1289" as="geometry" />
        </mxCell>
        <mxCell id="ExlUUjPYo0Ii6ma58Pc_-5" parent="1" style="text;html=1;whiteSpace=wrap;strokeColor=none;fillColor=none;align=center;verticalAlign=middle;rounded=0;fontSize=42;" value="₹2000" vertex="1">
          <mxGeometry height="30" width="60" x="-100" y="1412" as="geometry" />
        </mxCell>
        <mxCell id="ExlUUjPYo0Ii6ma58Pc_-7" parent="1" style="text;html=1;whiteSpace=wrap;strokeColor=none;fillColor=none;align=center;verticalAlign=middle;rounded=0;fontSize=42;" value="₹200" vertex="1">
          <mxGeometry height="30" width="60" x="384" y="1412" as="geometry" />
        </mxCell>
        <mxCell id="ExlUUjPYo0Ii6ma58Pc_-8" parent="1" style="text;html=1;whiteSpace=wrap;strokeColor=none;fillColor=none;align=center;verticalAlign=middle;rounded=0;fontSize=42;" value="₹1800" vertex="1">
          <mxGeometry height="30" width="60" x="867" y="1412" as="geometry" />
        </mxCell>
        <mxCell id="ExlUUjPYo0Ii6ma58Pc_-9" parent="1" style="html=1;shadow=0;dashed=0;shape=mxgraph.bootstrap.rrect;rSize=5;fillColor=#E9ECEF;strokeColor=none;" value="" vertex="1">
          <mxGeometry height="20" width="800" x="24.5" y="1507" as="geometry" />
        </mxCell>
        <mxCell id="ExlUUjPYo0Ii6ma58Pc_-10" parent="ExlUUjPYo0Ii6ma58Pc_-9" style="html=1;shadow=0;dashed=0;shape=mxgraph.bootstrap.leftButton;rSize=5;fillColor=#1CA5B8;strokeColor=none;resizeHeight=1;" value="" vertex="1">
          <mxGeometry height="20" relative="1" width="250" as="geometry" />
        </mxCell>
        <mxCell id="ExlUUjPYo0Ii6ma58Pc_-11" parent="1" style="text;html=1;whiteSpace=wrap;strokeColor=none;fillColor=none;align=center;verticalAlign=middle;rounded=0;fontSize=24;" value="The max value on the progress bar is the total margin and the filled in part is the utilized margin" vertex="1">
          <mxGeometry height="92" width="269" x="175" y="1620" as="geometry" />
        </mxCell>
        <mxCell id="ExlUUjPYo0Ii6ma58Pc_-12" edge="1" parent="1" source="ExlUUjPYo0Ii6ma58Pc_-11" style="edgeStyle=orthogonalEdgeStyle;rounded=0;orthogonalLoop=1;jettySize=auto;html=1;exitX=0.5;exitY=0;exitDx=0;exitDy=0;entryX=0.412;entryY=0.999;entryDx=0;entryDy=0;entryPerimeter=0;" target="ExlUUjPYo0Ii6ma58Pc_-1">
          <mxGeometry relative="1" as="geometry" />
        </mxCell>
      </root>
    </mxGraphModel>
  </diagram>
  <diagram id="dmkDPsUycKQvBsQ4H3Di" name="Kite-Fly-Ticker-Architecture">
    <mxGraphModel dx="1357" dy="626" grid="0" gridSize="10" guides="1" tooltips="1" connect="1" arrows="1" fold="1" page="0" pageScale="1" pageWidth="402" pageHeight="874" math="0" shadow="0">
      <root>
        <mxCell id="0" />
        <mxCell id="1" parent="0" />
        <mxCell id="FDZGNOtkY16CQce4NqAR-3" edge="1" parent="1" source="FDZGNOtkY16CQce4NqAR-1" style="edgeStyle=orthogonalEdgeStyle;rounded=0;orthogonalLoop=1;jettySize=auto;html=1;" target="FDZGNOtkY16CQce4NqAR-2" value="">
          <mxGeometry relative="1" as="geometry" />
        </mxCell>
        <mxCell id="FDZGNOtkY16CQce4NqAR-1" parent="1" style="rounded=1;whiteSpace=wrap;html=1;" value="Client posts a request - for example:&lt;br&gt;&lt;div&gt;&lt;br&gt;&lt;/div&gt;&lt;br&gt;&lt;div&gt;fetch(&quot;http://localhost:3000/api/ltp&quot;, () =&amp;gt; {&lt;/div&gt;&lt;div&gt;method: &quot;POST&quot;,&lt;/div&gt;&lt;div&gt;body: JSON.stringify({&lt;/div&gt;&lt;div&gt;instrument: &quot;WIPRO&quot;,&lt;br&gt;ltp: 128.10&lt;/div&gt;&lt;div&gt;})&lt;/div&gt;&lt;div&gt;})&lt;br&gt;&lt;br&gt;The call is made from another site - for ex. https://kite.zerodha.com&lt;/div&gt;" vertex="1">
          <mxGeometry height="236" width="345" x="-33" y="45" as="geometry" />
        </mxCell>
        <mxCell id="FDZGNOtkY16CQce4NqAR-5" edge="1" parent="1" source="FDZGNOtkY16CQce4NqAR-2" style="edgeStyle=orthogonalEdgeStyle;rounded=0;orthogonalLoop=1;jettySize=auto;html=1;" target="FDZGNOtkY16CQce4NqAR-4" value="">
          <mxGeometry relative="1" as="geometry" />
        </mxCell>
        <mxCell id="FDZGNOtkY16CQce4NqAR-2" parent="1" style="whiteSpace=wrap;html=1;rounded=1;" value="SERVER" vertex="1">
          <mxGeometry height="60" width="120" x="504.5" y="98.5" as="geometry" />
        </mxCell>
        <mxCell id="FDZGNOtkY16CQce4NqAR-8" edge="1" parent="1" source="FDZGNOtkY16CQce4NqAR-4" style="edgeStyle=orthogonalEdgeStyle;rounded=0;orthogonalLoop=1;jettySize=auto;html=1;exitX=0.75;exitY=1;exitDx=0;exitDy=0;entryX=1;entryY=0.75;entryDx=0;entryDy=0;" target="FDZGNOtkY16CQce4NqAR-6">
          <mxGeometry relative="1" as="geometry" />
        </mxCell>
        <mxCell id="FDZGNOtkY16CQce4NqAR-4" parent="1" style="whiteSpace=wrap;html=1;rounded=1;" value="Websocket" vertex="1">
          <mxGeometry height="60" width="120" x="504.5" y="265" as="geometry" />
        </mxCell>
        <mxCell id="FDZGNOtkY16CQce4NqAR-7" edge="1" parent="1" source="FDZGNOtkY16CQce4NqAR-6" style="edgeStyle=orthogonalEdgeStyle;rounded=0;orthogonalLoop=1;jettySize=auto;html=1;entryX=0.5;entryY=1;entryDx=0;entryDy=0;" target="FDZGNOtkY16CQce4NqAR-4">
          <mxGeometry relative="1" as="geometry" />
        </mxCell>
        <mxCell id="FDZGNOtkY16CQce4NqAR-6" parent="1" style="rounded=1;whiteSpace=wrap;html=1;" value="On another client,&lt;div&gt;new Websocket()&lt;/div&gt;// receive the data which is sent from /api/ltp" vertex="1">
          <mxGeometry height="167" width="345" x="1" y="392" as="geometry" />
        </mxCell>
      </root>
    </mxGraphModel>
  </diagram>
</mxfile>
